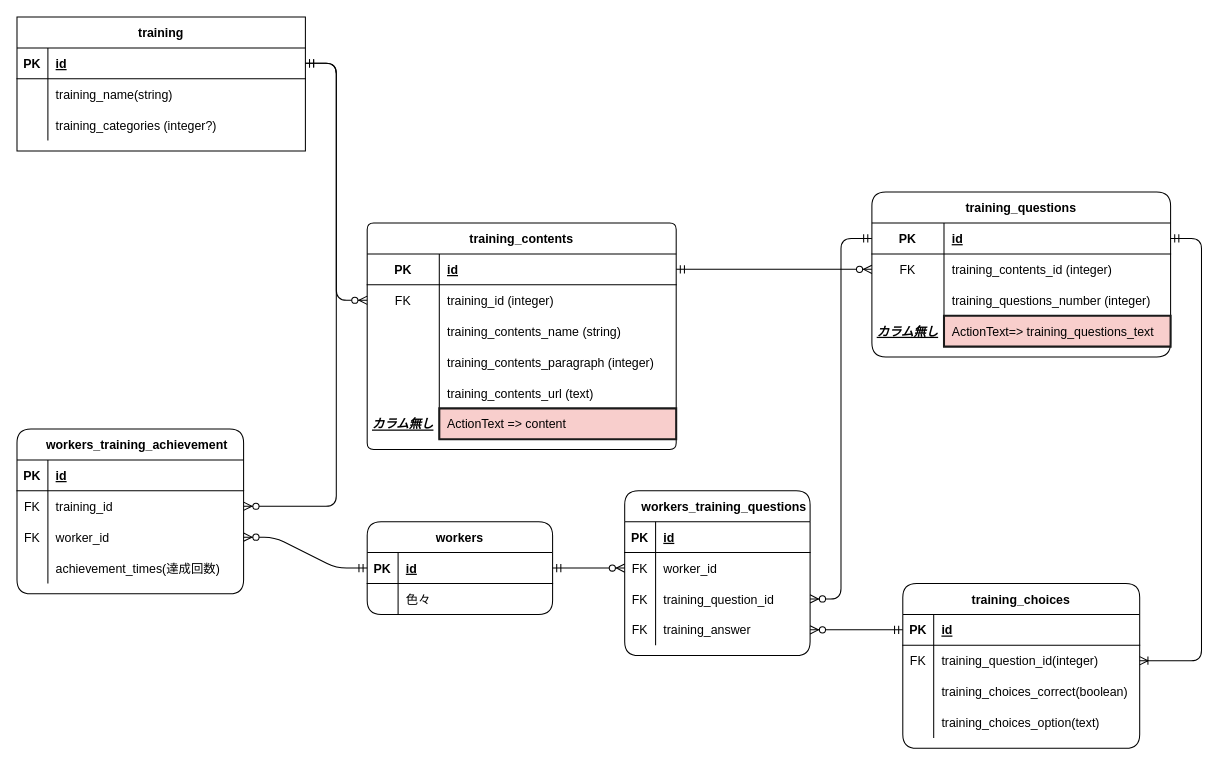
Earlier version of the draw.io diagram page "Comoly-共有用" (2 of 2) of models.drawio (Yuluki-10/quiz-app). Source tidied: cells renumbered, new cells numbered last; positions are measured from the earlier drawing's top-left corner, leaving out a move shared by most shapes. Both pictures are drawn from the tidied source at 103%, with x=0, y=0 at pixel (16, 16).
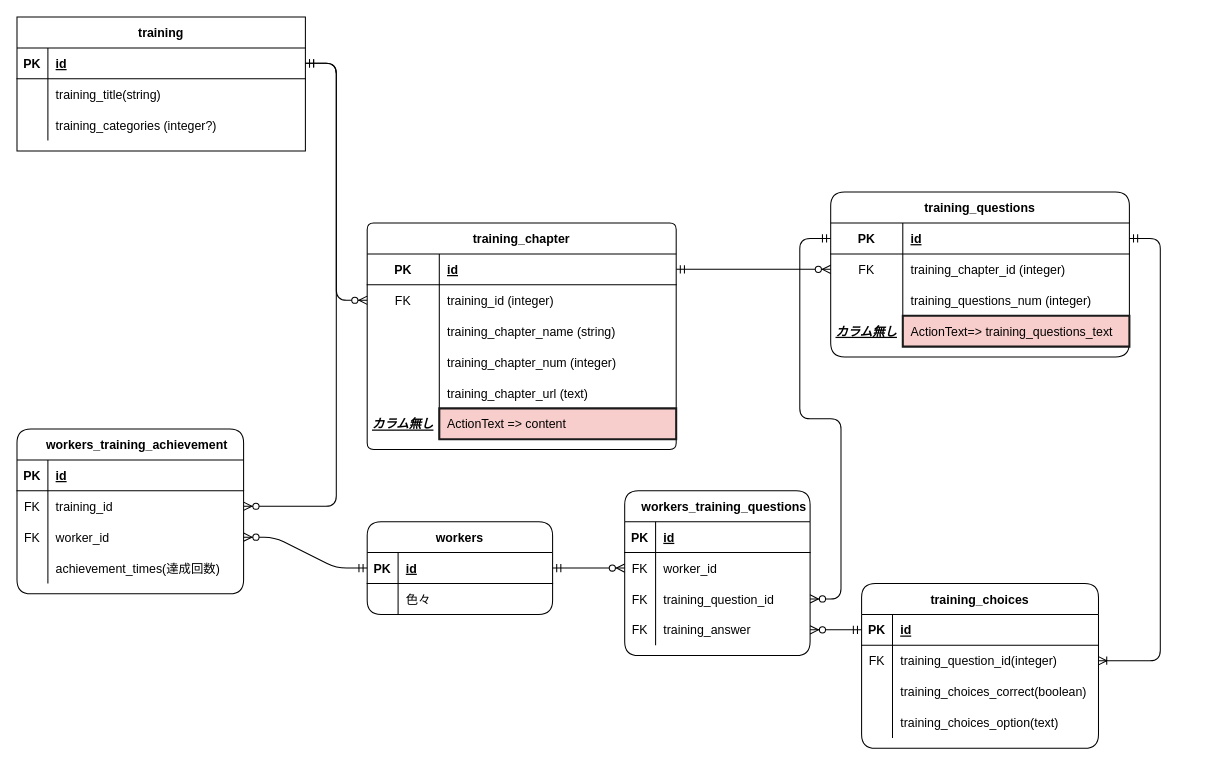
The same page after the edit.

Unchanged cells that the change refers to:
```xml
<mxCell id="9" style="shape=partialRectangle;fillColor=none;top=0;left=0;bottom=0;right=0;rounded=1;" parent="2" vertex="1">
  <mxGeometry y="90" width="300" height="30" as="geometry" />
</mxCell>
<mxCell id="12" style="shape=partialRectangle;fillColor=none;top=0;left=0;bottom=0;right=0;rounded=1;" parent="2" vertex="1">
  <mxGeometry y="120" width="300" height="30" as="geometry" />
</mxCell>
<mxCell id="15" style="shape=partialRectangle;fillColor=none;top=0;left=0;bottom=0;right=0;rounded=1;" parent="2" vertex="1">
  <mxGeometry y="150" width="300" height="30" as="geometry" />
</mxCell>
<mxCell id="25" style="shape=partialRectangle;fillColor=none;top=0;left=0;bottom=0;right=0;points=[[0,0.5],[1,0.5]];portConstraint=eastwest;rounded=1;" parent="21" vertex="1">
  <mxGeometry y="60" width="290" height="30" as="geometry" />
</mxCell>
<mxCell id="28" style="shape=partialRectangle;fillColor=none;top=0;left=0;bottom=0;right=0;rounded=1;" parent="21" vertex="1">
  <mxGeometry y="90" width="290" height="30" as="geometry" />
</mxCell>
<mxCell id="76" style="shape=partialRectangle;fillColor=none;top=0;left=0;bottom=0;right=0;" parent="72" vertex="1">
  <mxGeometry y="60" width="280" height="30" as="geometry" />
</mxCell>
```

Diff of the diagram source:
```diff
@@
-    <mxCell id="2" value="training_contents" style="shape=table;startSize=30;childLayout=tableLayout;rowLines=0;fontStyle=1;align=center;rounded=1;arcSize=7;" parent="1" vertex="1">
+    <mxCell id="2" value="training_chapter" style="shape=table;startSize=30;childLayout=tableLayout;rowLines=0;fontStyle=1;align=center;rounded=1;arcSize=7;" parent="1" vertex="1">
       <mxGeometry x="340" y="200" width="300" height="220" as="geometry" />
     </mxCell>
@@
-    <mxCell id="11" value="training_contents_name (string)" style="shape=partialRectangle;fillColor=none;top=0;left=0;bottom=0;right=0;align=left;spacingLeft=6;overflow=hidden;rounded=1;" parent="9" vertex="1">
+    <mxCell id="11" value="training_chapter_name (string)" style="shape=partialRectangle;fillColor=none;top=0;left=0;bottom=0;right=0;align=left;spacingLeft=6;overflow=hidden;rounded=1;" parent="9" vertex="1">
       <mxGeometry x="70" width="230" height="30" as="geometry" />
     </mxCell>
@@
-    <mxCell id="14" value="training_contents_paragraph (integer)" style="shape=partialRectangle;fillColor=none;top=0;left=0;bottom=0;right=0;align=left;spacingLeft=6;overflow=hidden;rounded=1;" parent="12" vertex="1">
+    <mxCell id="14" value="training_chapter_num (integer)" style="shape=partialRectangle;fillColor=none;top=0;left=0;bottom=0;right=0;align=left;spacingLeft=6;overflow=hidden;rounded=1;" parent="12" vertex="1">
       <mxGeometry x="70" width="230" height="30" as="geometry" />
     </mxCell>
@@
-    <mxCell id="17" value="training_contents_url (text)" style="shape=partialRectangle;fillColor=none;top=0;left=0;bottom=0;right=0;align=left;spacingLeft=6;overflow=hidden;rounded=1;" parent="15" vertex="1">
+    <mxCell id="17" value="training_chapter_url (text)" style="shape=partialRectangle;fillColor=none;top=0;left=0;bottom=0;right=0;align=left;spacingLeft=6;overflow=hidden;rounded=1;" parent="15" vertex="1">
       <mxGeometry x="70" width="230" height="30" as="geometry" />
     </mxCell>
@@
     <mxCell id="21" value="training_questions" style="shape=table;startSize=30;childLayout=tableLayout;rowLines=0;fontStyle=1;align=center;rounded=1;" parent="1" vertex="1">
-      <mxGeometry x="830" y="170" width="290" height="160" as="geometry" />
+      <mxGeometry x="790" y="170" width="290" height="160" as="geometry" />
     </mxCell>
@@
-    <mxCell id="27" value="training_contents_id (integer)" style="shape=partialRectangle;fillColor=none;top=0;left=0;bottom=0;right=0;align=left;spacingLeft=6;overflow=hidden;rounded=1;" parent="25" vertex="1">
+    <mxCell id="27" value="training_chapter_id (integer)" style="shape=partialRectangle;fillColor=none;top=0;left=0;bottom=0;right=0;align=left;spacingLeft=6;overflow=hidden;rounded=1;" parent="25" vertex="1">
       <mxGeometry x="70" width="220" height="30" as="geometry" />
     </mxCell>
@@
-    <mxCell id="30" value="training_questions_number (integer)" style="shape=partialRectangle;fillColor=none;top=0;left=0;bottom=0;right=0;align=left;spacingLeft=6;overflow=hidden;rounded=1;" parent="28" vertex="1">
+    <mxCell id="30" value="training_questions_num (integer)" style="shape=partialRectangle;fillColor=none;top=0;left=0;bottom=0;right=0;align=left;spacingLeft=6;overflow=hidden;rounded=1;" parent="28" vertex="1">
       <mxGeometry x="70" width="220" height="30" as="geometry" />
     </mxCell>
@@
     <mxCell id="41" value="training_choices" style="shape=table;startSize=30;childLayout=tableLayout;rowLines=0;fontStyle=1;align=center;rounded=1;" parent="1" vertex="1">
-      <mxGeometry x="860" y="550" width="230" height="160" as="geometry" />
+      <mxGeometry x="820" y="550" width="230" height="160" as="geometry" />
     </mxCell>
@@
-    <mxCell id="78" value="training_name(string)" style="shape=partialRectangle;fillColor=none;top=0;left=0;bottom=0;right=0;align=left;spacingLeft=6;overflow=hidden;" parent="76" vertex="1">
+    <mxCell id="78" value="training_title(string)" style="shape=partialRectangle;fillColor=none;top=0;left=0;bottom=0;right=0;align=left;spacingLeft=6;overflow=hidden;" parent="76" vertex="1">
       <mxGeometry x="30" width="250" height="30" as="geometry" />
     </mxCell>
```
